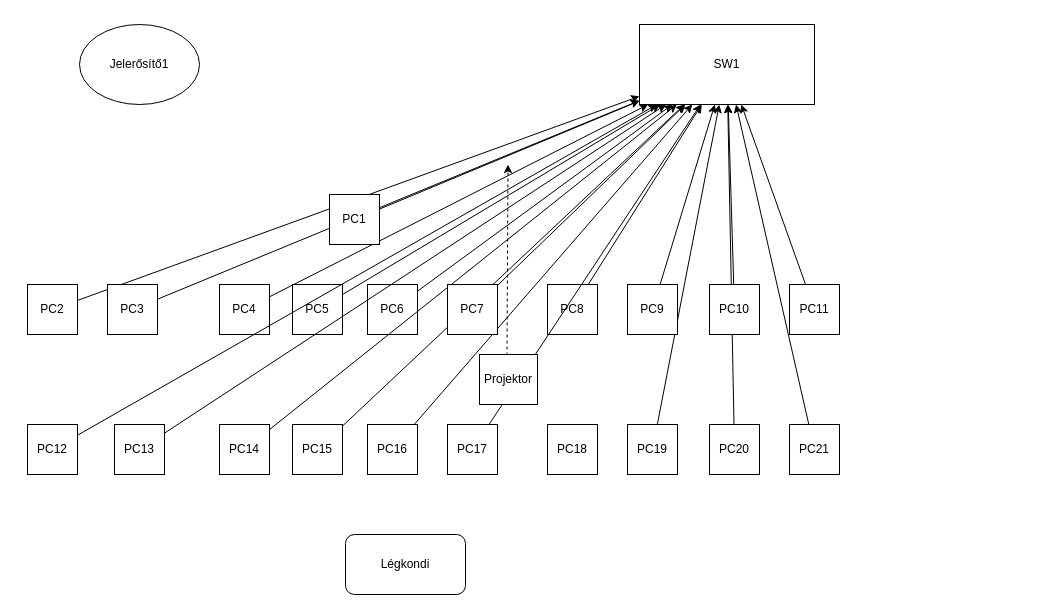
This is Az igazi Fizikai topológia.drawio from DefinetlyDam/Haszontalan_Hadsereg, a draw.io file, before an edit. Source tidied: cells renumbered, new cells numbered last; positions are measured from the earlier drawing's top-left corner, leaving out a move shared by most shapes. Both pictures are drawn from the tidied source at 100%, with x=0, y=0 at pixel (27, 24).
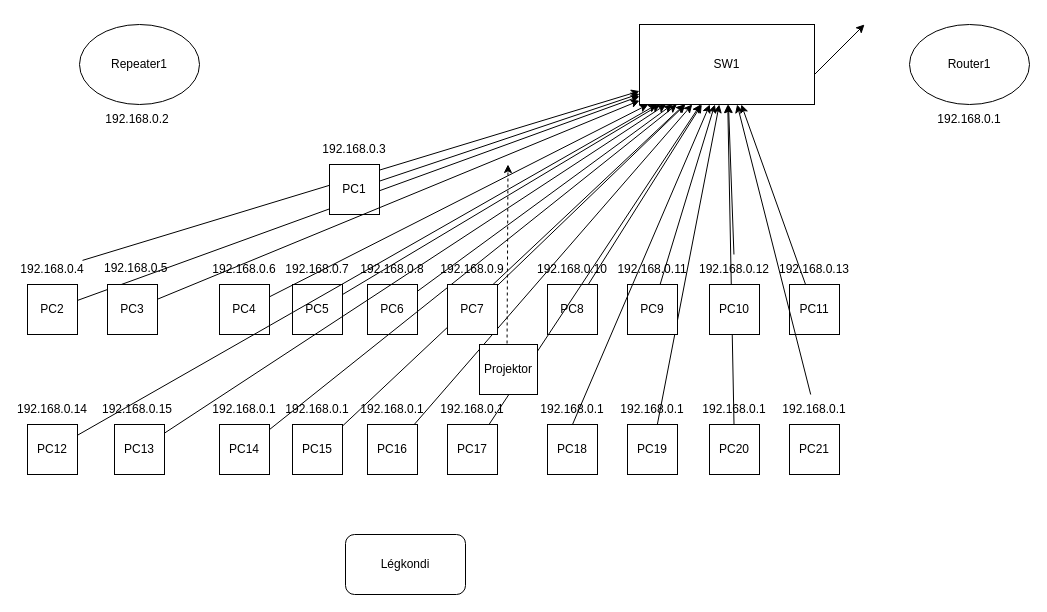
The same page after the edit.

The change refers to these unchanged cells:
```xml
<mxCell id="18" value="PC3" style="whiteSpace=wrap;html=1;verticalAlign=middle;strokeWidth=1;" parent="1" vertex="1">
  <mxGeometry x="80" y="260" width="50" height="50" as="geometry" />
</mxCell>
<mxCell id="24" value="PC11" style="whiteSpace=wrap;html=1;verticalAlign=middle;strokeWidth=1;" parent="1" vertex="1">
  <mxGeometry x="762" y="260" width="50" height="50" as="geometry" />
</mxCell>
<mxCell id="28" value="PC10" style="whiteSpace=wrap;html=1;verticalAlign=middle;strokeWidth=1;" parent="1" vertex="1">
  <mxGeometry x="682" y="260" width="50" height="50" as="geometry" />
</mxCell>
<mxCell id="30" value="PC19" style="whiteSpace=wrap;html=1;verticalAlign=middle;strokeWidth=1;" parent="1" vertex="1">
  <mxGeometry x="600" y="400" width="50" height="50" as="geometry" />
</mxCell>
<mxCell id="45" value="PC21" style="rounded=0;whiteSpace=wrap;html=1;verticalAlign=middle;strokeWidth=1;" parent="1" vertex="1">
  <mxGeometry x="762" y="400" width="50" height="50" as="geometry" />
</mxCell>
<mxCell id="47" value="SW1" style="rounded=0;whiteSpace=wrap;html=1;verticalAlign=middle;strokeWidth=1;" parent="1" vertex="1">
  <mxGeometry x="612" width="175" height="80" as="geometry" />
</mxCell>
```

Diff of the diagram source:
```diff
@@
-    <mxCell id="17" style="edgeStyle=none;rounded=0;jettySize=auto;html=1;verticalAlign=middle;strokeWidth=1;" parent="1" edge="1" source="18" target="47">
+    <mxCell id="17" style="edgeStyle=none;rounded=0;jettySize=auto;html=1;verticalAlign=middle;strokeWidth=1;" parent="1" edge="1" source="52" target="47">
       <mxGeometry relative="1" as="geometry" />
     </mxCell>
@@
-    <mxCell id="27" style="edgeStyle=none;rounded=0;jettySize=auto;html=1;verticalAlign=middle;strokeWidth=1;" parent="1" edge="1" source="28" target="47">
+    <mxCell id="27" style="edgeStyle=none;rounded=0;jettySize=auto;html=1;verticalAlign=middle;strokeWidth=1;" parent="1" edge="1" source="62" target="47">
       <mxGeometry relative="1" as="geometry" />
     </mxCell>
@@
     <mxCell id="41" value="Projektor" style="rounded=0;whiteSpace=wrap;html=1;verticalAlign=middle;strokeWidth=1;" parent="1" vertex="1">
-      <mxGeometry x="452" y="330" width="58" height="50" as="geometry" />
+      <mxGeometry x="452" y="320" width="58" height="50" as="geometry" />
     </mxCell>
@@
     <mxCell id="43" value="PC1" style="rounded=0;whiteSpace=wrap;html=1;verticalAlign=middle;strokeWidth=1;" parent="1" vertex="1">
-      <mxGeometry x="302" y="170" width="50" height="50" as="geometry" />
+      <mxGeometry x="302" y="140" width="50" height="50" as="geometry" />
     </mxCell>
-    <mxCell id="44" style="edgeStyle=none;rounded=0;jettySize=auto;html=1;verticalAlign=middle;strokeWidth=1;" parent="1" edge="1" source="45" target="47">
+    <mxCell id="44" style="edgeStyle=none;rounded=0;jettySize=auto;html=1;verticalAlign=middle;strokeWidth=1;" parent="1" edge="1" source="77" target="47">
       <mxGeometry relative="1" as="geometry" />
     </mxCell>
@@
-    <mxCell id="46" value="Jelerősítő1" style="ellipse;whiteSpace=wrap;html=1;verticalAlign=middle;strokeWidth=1;" parent="1" vertex="1">
+    <mxCell id="46" value="Repeater1" style="ellipse;whiteSpace=wrap;html=1;verticalAlign=middle;strokeWidth=1;" parent="1" vertex="1">
       <mxGeometry x="52" width="120" height="80" as="geometry" />
     </mxCell>
@@
+    <mxCell id="48" value="192.168.0.2" style="text;html=1;align=center;verticalAlign=middle;whiteSpace=wrap;rounded=0;" parent="1" vertex="1">
+      <mxGeometry x="80" y="80" width="60" height="30" as="geometry" />
+    </mxCell>
+    <mxCell id="49" value="192.168.0.1" style="text;html=1;align=center;verticalAlign=middle;whiteSpace=wrap;rounded=0;" parent="1" vertex="1">
+      <mxGeometry x="912" y="80" width="60" height="30" as="geometry" />
+    </mxCell>
+    <mxCell id="50" value="192.168.0.3" style="text;html=1;align=center;verticalAlign=middle;whiteSpace=wrap;rounded=0;" parent="1" vertex="1">
+      <mxGeometry x="297" y="110" width="60" height="30" as="geometry" />
+    </mxCell>
+    <mxCell id="51" style="edgeStyle=none;rounded=0;jettySize=auto;html=1;verticalAlign=middle;strokeWidth=1;" parent="1" edge="1" source="18" target="47">
+      <mxGeometry relative="1" as="geometry" />
+    </mxCell>
+    <mxCell id="52" value="192.168.0.4" style="text;html=1;align=center;verticalAlign=middle;whiteSpace=wrap;rounded=0;" parent="1" vertex="1">
+      <mxGeometry x="-5" y="230" width="60" height="30" as="geometry" />
+    </mxCell>
+    <mxCell id="53" value="&lt;span style=&quot;text-align: center;&quot;&gt;192.168.0.5&lt;/span&gt;" style="text;whiteSpace=wrap;html=1;" parent="1" vertex="1">
+      <mxGeometry x="75" y="230" width="60" height="30" as="geometry" />
+    </mxCell>
+    <mxCell id="54" value="192.168.0.6" style="text;html=1;align=center;verticalAlign=middle;whiteSpace=wrap;rounded=0;" parent="1" vertex="1">
+      <mxGeometry x="187" y="230" width="60" height="30" as="geometry" />
+    </mxCell>
+    <mxCell id="55" value="192.168.0.7" style="text;html=1;align=center;verticalAlign=middle;whiteSpace=wrap;rounded=0;" parent="1" vertex="1">
+      <mxGeometry x="260" y="230" width="60" height="30" as="geometry" />
+    </mxCell>
+    <mxCell id="56" value="192.168.0.8" style="text;html=1;align=center;verticalAlign=middle;whiteSpace=wrap;rounded=0;" parent="1" vertex="1">
+      <mxGeometry x="335" y="230" width="60" height="30" as="geometry" />
+    </mxCell>
+    <mxCell id="57" value="192.168.0.9" style="text;html=1;align=center;verticalAlign=middle;whiteSpace=wrap;rounded=0;" parent="1" vertex="1">
+      <mxGeometry x="415" y="230" width="60" height="30" as="geometry" />
+    </mxCell>
+    <mxCell id="58" value="192.168.0.10" style="text;html=1;align=center;verticalAlign=middle;whiteSpace=wrap;rounded=0;" parent="1" vertex="1">
+      <mxGeometry x="515" y="230" width="60" height="30" as="geometry" />
+    </mxCell>
+    <mxCell id="59" value="Router1" style="ellipse;whiteSpace=wrap;html=1;" parent="1" vertex="1">
+      <mxGeometry x="882" width="120" height="80" as="geometry" />
+    </mxCell>
+    <mxCell id="60" value="192.168.0.11" style="text;html=1;align=center;verticalAlign=middle;whiteSpace=wrap;rounded=0;" parent="1" vertex="1">
+      <mxGeometry x="595" y="230" width="60" height="30" as="geometry" />
+    </mxCell>
+    <mxCell id="61" style="edgeStyle=none;rounded=0;jettySize=auto;html=1;verticalAlign=middle;strokeWidth=1;" parent="1" edge="1" source="28" target="62">
+      <mxGeometry relative="1" as="geometry" />
+    </mxCell>
+    <mxCell id="62" value="192.168.0.12" style="text;html=1;align=center;verticalAlign=middle;whiteSpace=wrap;rounded=0;" parent="1" vertex="1">
+      <mxGeometry x="677" y="230" width="60" height="30" as="geometry" />
+    </mxCell>
+    <mxCell id="63" style="edgeStyle=none;rounded=0;jettySize=auto;html=1;verticalAlign=middle;strokeWidth=1;" parent="1" edge="1" source="24" target="64">
+      <mxGeometry relative="1" as="geometry" />
+    </mxCell>
+    <mxCell id="64" value="192.168.0.13" style="text;html=1;align=center;verticalAlign=middle;whiteSpace=wrap;rounded=0;" parent="1" vertex="1">
+      <mxGeometry x="757" y="230" width="60" height="30" as="geometry" />
+    </mxCell>
+    <mxCell id="65" value="192.168.0.14" style="text;html=1;align=center;verticalAlign=middle;whiteSpace=wrap;rounded=0;" parent="1" vertex="1">
+      <mxGeometry x="-5" y="370" width="60" height="30" as="geometry" />
+    </mxCell>
+    <mxCell id="66" value="192.168.0.15" style="text;html=1;align=center;verticalAlign=middle;whiteSpace=wrap;rounded=0;" parent="1" vertex="1">
+      <mxGeometry x="80" y="370" width="60" height="30" as="geometry" />
+    </mxCell>
+    <mxCell id="67" value="192.168.0.1" style="text;html=1;align=center;verticalAlign=middle;whiteSpace=wrap;rounded=0;" parent="1" vertex="1">
+      <mxGeometry x="187" y="370" width="60" height="30" as="geometry" />
+    </mxCell>
+    <mxCell id="68" value="192.168.0.1" style="text;html=1;align=center;verticalAlign=middle;whiteSpace=wrap;rounded=0;" parent="1" vertex="1">
+      <mxGeometry x="260" y="370" width="60" height="30" as="geometry" />
+    </mxCell>
+    <mxCell id="69" value="192.168.0.1" style="text;html=1;align=center;verticalAlign=middle;whiteSpace=wrap;rounded=0;" parent="1" vertex="1">
+      <mxGeometry x="335" y="370" width="60" height="30" as="geometry" />
+    </mxCell>
+    <mxCell id="70" value="192.168.0.1" style="text;html=1;align=center;verticalAlign=middle;whiteSpace=wrap;rounded=0;" parent="1" vertex="1">
+      <mxGeometry x="415" y="370" width="60" height="30" as="geometry" />
+    </mxCell>
+    <mxCell id="71" value="192.168.0.1" style="text;html=1;align=center;verticalAlign=middle;whiteSpace=wrap;rounded=0;" parent="1" vertex="1">
+      <mxGeometry x="515" y="370" width="60" height="30" as="geometry" />
+    </mxCell>
+    <mxCell id="72" style="edgeStyle=none;rounded=0;jettySize=auto;html=1;verticalAlign=middle;strokeWidth=1;" parent="1" edge="1" source="30" target="73">
+      <mxGeometry relative="1" as="geometry" />
+    </mxCell>
+    <mxCell id="73" value="192.168.0.1" style="text;html=1;align=center;verticalAlign=middle;whiteSpace=wrap;rounded=0;" parent="1" vertex="1">
+      <mxGeometry x="595" y="370" width="60" height="30" as="geometry" />
+    </mxCell>
+    <mxCell id="74" style="endArrow=classic;html=1;rounded=0;exitX=0.5;exitY=1;exitDx=0;exitDy=0;" parent="1" edge="1" source="71" target="47">
+      <mxGeometry relative="1" as="geometry" />
+    </mxCell>
+    <mxCell id="75" value="192.168.0.1" style="text;html=1;align=center;verticalAlign=middle;whiteSpace=wrap;rounded=0;" parent="1" vertex="1">
+      <mxGeometry x="677" y="370" width="60" height="30" as="geometry" />
+    </mxCell>
+    <mxCell id="76" style="edgeStyle=none;rounded=0;jettySize=auto;html=1;verticalAlign=middle;strokeWidth=1;" parent="1" edge="1" source="45" target="77">
+      <mxGeometry relative="1" as="geometry" />
+    </mxCell>
+    <mxCell id="77" value="192.168.0.1" style="text;html=1;align=center;verticalAlign=middle;whiteSpace=wrap;rounded=0;" parent="1" vertex="1">
+      <mxGeometry x="757" y="370" width="60" height="30" as="geometry" />
+    </mxCell>
+    <mxCell id="78" style="endArrow=classic;html=1;rounded=0;" parent="1" edge="1">
+      <mxGeometry relative="1" as="geometry">
+        <mxPoint x="787" y="50" as="sourcePoint" />
+        <mxPoint x="837" as="targetPoint" />
+      </mxGeometry>
+    </mxCell>
```
